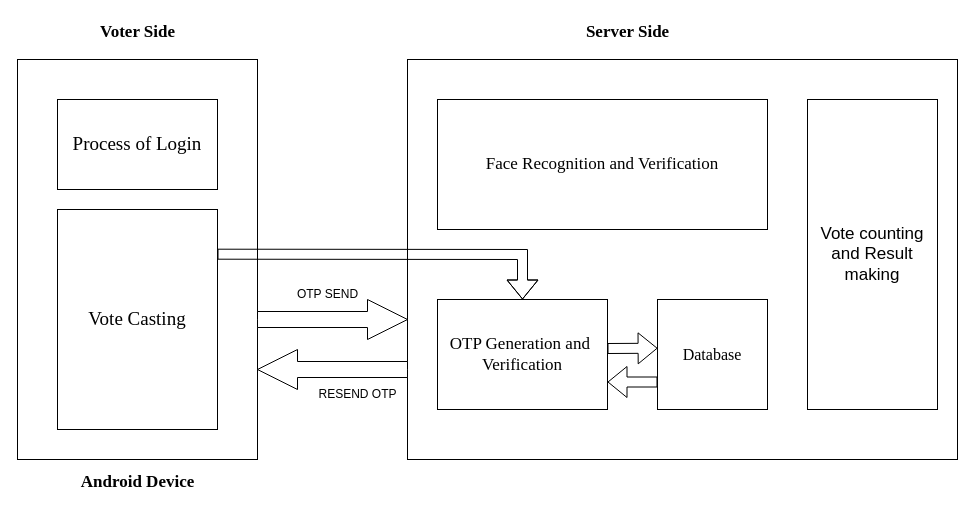
This is Figure1.drawio from hariTH-0828/draw.io, a draw.io file, before an edit. Source tidied: cells renumbered, new cells numbered last; positions are measured from the earlier drawing's top-left corner, leaving out a move shared by most shapes. Both pictures are drawn from the tidied source at 100%, with x=0, y=0 at pixel (17, 17).
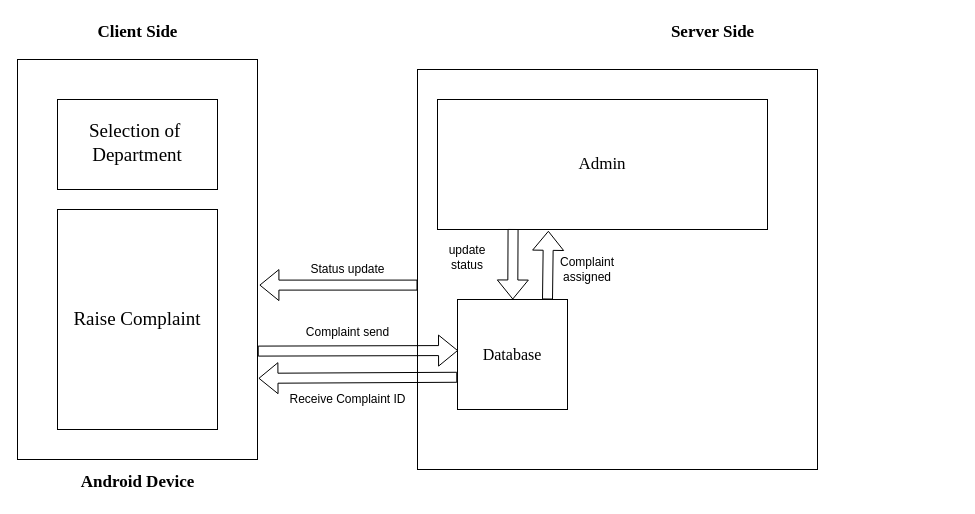
After the change.

Unchanged cells that the change refers to:
```xml
<mxCell id="9" style="whiteSpace=wrap;html=1;imageAspect=0;fillColor=default;" parent="8" vertex="1">
  <mxGeometry y="42" width="240" height="400" as="geometry" />
</mxCell>
```

Change to the diagram source:
```diff
@@
+    <mxCell id="21" style="group;" parent="1" vertex="1">
+      <mxGeometry width="800" height="480" as="geometry" />
+    </mxCell>
-    <mxCell id="2" style="whiteSpace=wrap;html=1;" parent="1" vertex="1">
-      <mxGeometry x="390" y="42" width="550" height="400" as="geometry" />
+    <mxCell id="2" style="whiteSpace=wrap;html=1;" parent="21" vertex="1">
+      <mxGeometry x="400" y="52" width="400" height="400" as="geometry" />
     </mxCell>
-    <mxCell id="3" value="&lt;font face=&quot;Times New Roman&quot; style=&quot;font-size: 17px;&quot;&gt;&lt;b&gt;Server Side&lt;/b&gt;&lt;/font&gt;" style="text;html=1;align=center;verticalAlign=middle;strokeColor=none;fillColor=none;" parent="1" vertex="1">
-      <mxGeometry x="555" width="110" height="30" as="geometry" />
+    <mxCell id="3" value="&lt;font face=&quot;Times New Roman&quot; style=&quot;font-size: 17px;&quot;&gt;&lt;b&gt;Server Side&lt;/b&gt;&lt;/font&gt;" style="text;html=1;align=center;verticalAlign=middle;strokeColor=none;fillColor=none;" parent="21" vertex="1">
+      <mxGeometry x="640" width="110" height="30" as="geometry" />
     </mxCell>
-    <mxCell id="4" value="&lt;font face=&quot;Times New Roman&quot; style=&quot;font-size: 17px;&quot;&gt;OTP Generation and&amp;nbsp;&lt;br&gt;Verification&lt;/font&gt;" style="whiteSpace=wrap;html=1;" parent="1" vertex="1">
-      <mxGeometry x="420" y="282" width="170" height="110" as="geometry" />
-    </mxCell>
-    <mxCell id="5" value="&lt;font face=&quot;Times New Roman&quot; style=&quot;font-size: 16px;&quot;&gt;Database&lt;/font&gt;" style="whiteSpace=wrap;html=1;" parent="1" vertex="1">
-      <mxGeometry x="640" y="282" width="110" height="110" as="geometry" />
-    </mxCell>
-    <mxCell id="6" value="&lt;font style=&quot;font-size: 17px;&quot;&gt;Vote counting&lt;br&gt;and Result&lt;br&gt;making&lt;/font&gt;" style="whiteSpace=wrap;html=1;" parent="1" vertex="1">
-      <mxGeometry x="790" y="82" width="130" height="310" as="geometry" />
-    </mxCell>
-    <mxCell id="7" value="&lt;font face=&quot;Times New Roman&quot; style=&quot;font-size: 17px;&quot;&gt;Face Recognition and Verification&lt;/font&gt;" style="whiteSpace=wrap;html=1;" parent="1" vertex="1">
+    <mxCell id="7" value="&lt;font face=&quot;Times New Roman&quot; style=&quot;font-size: 17px;&quot;&gt;Admin&lt;/font&gt;" style="whiteSpace=wrap;html=1;" parent="21" vertex="1">
       <mxGeometry x="420" y="82" width="330" height="130" as="geometry" />
     </mxCell>
-    <mxCell id="8" style="group;" parent="1" vertex="1">
+    <mxCell id="8" style="group;" parent="21" vertex="1">
       <mxGeometry width="240" height="480" as="geometry" />
     </mxCell>
@@
-    <mxCell id="10" value="&lt;pre&gt;&lt;font style=&quot;font-size: 19px;&quot; face=&quot;Times New Roman&quot;&gt;Process of Login&lt;/font&gt;&lt;/pre&gt;" style="whiteSpace=wrap;html=1;" parent="8" vertex="1">
+    <mxCell id="10" value="&lt;pre style=&quot;line-height: 60%;&quot;&gt;&lt;font face=&quot;Times New Roman&quot;&gt;&lt;span style=&quot;font-size: 19px;&quot;&gt;Selection of &lt;/span&gt;&lt;/font&gt;&lt;/pre&gt;&lt;pre style=&quot;line-height: 60%;&quot;&gt;&lt;font face=&quot;Times New Roman&quot;&gt;&lt;span style=&quot;font-size: 19px;&quot;&gt;Department&lt;/span&gt;&lt;/font&gt;&lt;/pre&gt;" style="whiteSpace=wrap;html=1;" parent="8" vertex="1">
       <mxGeometry x="40" y="82" width="160" height="90" as="geometry" />
     </mxCell>
-    <mxCell id="11" value="&lt;font face=&quot;Times New Roman&quot; style=&quot;font-size: 19px;&quot;&gt;Vote Casting&lt;/font&gt;" style="whiteSpace=wrap;html=1;" parent="8" vertex="1">
+    <mxCell id="11" value="&lt;font face=&quot;Times New Roman&quot; style=&quot;font-size: 19px;&quot;&gt;Raise Complaint&lt;/font&gt;" style="whiteSpace=wrap;html=1;" parent="8" vertex="1">
       <mxGeometry x="40" y="192" width="160" height="220" as="geometry" />
     </mxCell>
-    <mxCell id="12" value="&lt;font face=&quot;Times New Roman&quot; style=&quot;font-size: 17px;&quot;&gt;&lt;b&gt;Voter Side&lt;/b&gt;&lt;/font&gt;" style="text;html=1;align=center;verticalAlign=middle;strokeColor=none;fillColor=none;" parent="8" vertex="1">
+    <mxCell id="12" value="&lt;font face=&quot;Times New Roman&quot;&gt;&lt;span style=&quot;font-size: 17px;&quot;&gt;&lt;b&gt;Client Side&lt;/b&gt;&lt;/span&gt;&lt;/font&gt;" style="text;html=1;align=center;verticalAlign=middle;strokeColor=none;fillColor=none;" parent="8" vertex="1">
       <mxGeometry x="70" width="100" height="30" as="geometry" />
     </mxCell>
@@
-    <mxCell id="14" style="html=1;shadow=0;dashed=0;align=center;verticalAlign=middle;shape=mxgraph.arrows2.arrow;dy=0.6;dx=40;notch=0;" parent="1" vertex="1">
-      <mxGeometry x="240" y="282" width="150" height="40" as="geometry" />
-    </mxCell>
-    <mxCell id="15" style="html=1;shadow=0;dashed=0;align=center;verticalAlign=middle;shape=mxgraph.arrows2.arrow;dy=0.6;dx=40;notch=0;rotation=-180;" parent="1" vertex="1">
-      <mxGeometry x="240" y="332" width="150" height="40" as="geometry" />
-    </mxCell>
-    <mxCell id="16" value="OTP SEND" style="text;html=1;align=center;verticalAlign=middle;strokeColor=none;fillColor=none;" parent="1" vertex="1">
-      <mxGeometry x="270" y="262" width="80" height="30" as="geometry" />
-    </mxCell>
-    <mxCell id="17" value="RESEND OTP" style="text;html=1;align=center;verticalAlign=middle;strokeColor=none;fillColor=none;" parent="1" vertex="1">
-      <mxGeometry x="290" y="362" width="100" height="30" as="geometry" />
-    </mxCell>
-    <mxCell id="18" style="shape=flexArrow;endArrow=classic;html=1;rounded=0;entryX=0.5;entryY=0;entryDx=0;entryDy=0;" parent="1" edge="1" target="4">
-      <mxGeometry relative="1" as="geometry">
-        <mxPoint x="200" y="236.7" as="sourcePoint" />
-        <Array as="points">
-          <mxPoint x="505" y="237" />
-        </Array>
-      </mxGeometry>
-    </mxCell>
-    <mxCell id="19" style="shape=flexArrow;endArrow=classic;html=1;rounded=0;entryX=0.001;entryY=0.443;entryDx=0;entryDy=0;entryPerimeter=0;" parent="1" edge="1" target="5">
-      <mxGeometry relative="1" as="geometry">
-        <mxPoint x="590" y="331" as="sourcePoint" />
-      </mxGeometry>
-    </mxCell>
-    <mxCell id="20" style="shape=flexArrow;endArrow=classic;html=1;rounded=0;entryX=1;entryY=0.75;entryDx=0;entryDy=0;exitX=0;exitY=0.75;exitDx=0;exitDy=0;" parent="1" edge="1" source="5" target="4">
-      <mxGeometry relative="1" as="geometry" />
-    </mxCell>
+    <mxCell id="5" value="&lt;font face=&quot;Times New Roman&quot; style=&quot;font-size: 16px;&quot;&gt;Database&lt;/font&gt;" style="whiteSpace=wrap;html=1;" parent="21" vertex="1">
+      <mxGeometry x="440" y="282" width="110" height="110" as="geometry" />
+    </mxCell>
+    <mxCell id="22" style="shape=flexArrow;endArrow=classic;html=1;rounded=0;exitX=1.001;exitY=0.729;exitDx=0;exitDy=0;exitPerimeter=0;entryX=0.005;entryY=0.464;entryDx=0;entryDy=0;entryPerimeter=0;" parent="21" edge="1" source="9" target="5">
+      <mxGeometry relative="1" as="geometry" />
+    </mxCell>
+    <mxCell id="23" style="shape=flexArrow;endArrow=classic;html=1;rounded=0;exitX=-0.002;exitY=0.707;exitDx=0;exitDy=0;exitPerimeter=0;entryX=1.004;entryY=0.797;entryDx=0;entryDy=0;entryPerimeter=0;" parent="21" edge="1" source="5" target="9">
+      <mxGeometry relative="1" as="geometry" />
+    </mxCell>
+    <mxCell id="24" value="Complaint send" style="text;html=1;align=center;verticalAlign=middle;strokeColor=none;fillColor=none;" parent="21" vertex="1">
+      <mxGeometry x="275" y="300" width="110" height="30" as="geometry" />
+    </mxCell>
+    <mxCell id="25" value="Receive Complaint ID" style="text;html=1;align=center;verticalAlign=middle;strokeColor=none;fillColor=none;" parent="21" vertex="1">
+      <mxGeometry x="260" y="367" width="140" height="30" as="geometry" />
+    </mxCell>
+    <mxCell id="26" style="shape=flexArrow;endArrow=classic;html=1;rounded=0;exitX=0.229;exitY=0.996;exitDx=0;exitDy=0;exitPerimeter=0;" parent="21" edge="1" source="7" target="5">
+      <mxGeometry relative="1" as="geometry" />
+    </mxCell>
+    <mxCell id="27" style="shape=flexArrow;endArrow=classic;html=1;rounded=0;entryX=0.336;entryY=1.01;entryDx=0;entryDy=0;entryPerimeter=0;" parent="21" edge="1" target="7">
+      <mxGeometry relative="1" as="geometry">
+        <mxPoint x="530" y="282" as="sourcePoint" />
+      </mxGeometry>
+    </mxCell>
+    <mxCell id="28" value="Complaint assigned" style="text;html=1;strokeColor=none;fillColor=none;align=center;verticalAlign=middle;whiteSpace=wrap;rounded=0;" parent="21" vertex="1">
+      <mxGeometry x="540" y="237" width="60" height="30" as="geometry" />
+    </mxCell>
+    <mxCell id="29" value="update status" style="text;html=1;strokeColor=none;fillColor=none;align=center;verticalAlign=middle;whiteSpace=wrap;rounded=0;" parent="21" vertex="1">
+      <mxGeometry x="420" y="225" width="60" height="30" as="geometry" />
+    </mxCell>
+    <mxCell id="30" style="shape=flexArrow;endArrow=classic;html=1;rounded=0;entryX=1.008;entryY=0.564;entryDx=0;entryDy=0;entryPerimeter=0;exitX=0;exitY=0.539;exitDx=0;exitDy=0;exitPerimeter=0;" parent="21" edge="1" source="2" target="9">
+      <mxGeometry relative="1" as="geometry" />
+    </mxCell>
+    <mxCell id="31" value="Status update" style="text;html=1;align=center;verticalAlign=middle;strokeColor=none;fillColor=none;" parent="21" vertex="1">
+      <mxGeometry x="280" y="237" width="100" height="30" as="geometry" />
+    </mxCell>
```
